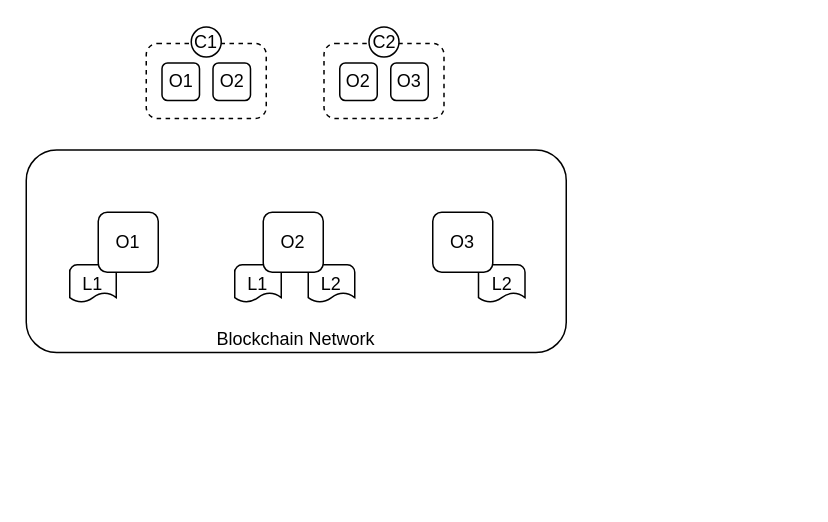
guanpengchn/draw.io keeps this draw.io diagram as page "4.3" (3 of 8) of graduation/第四章.drawio. Above is the earlier version. Source tidied: cells renumbered, new cells numbered last; positions are measured from the earlier drawing's top-left corner, leaving out a move shared by most shapes. Both pictures are drawn from the tidied source at 150%, with x=0, y=0 at pixel (26, 26).
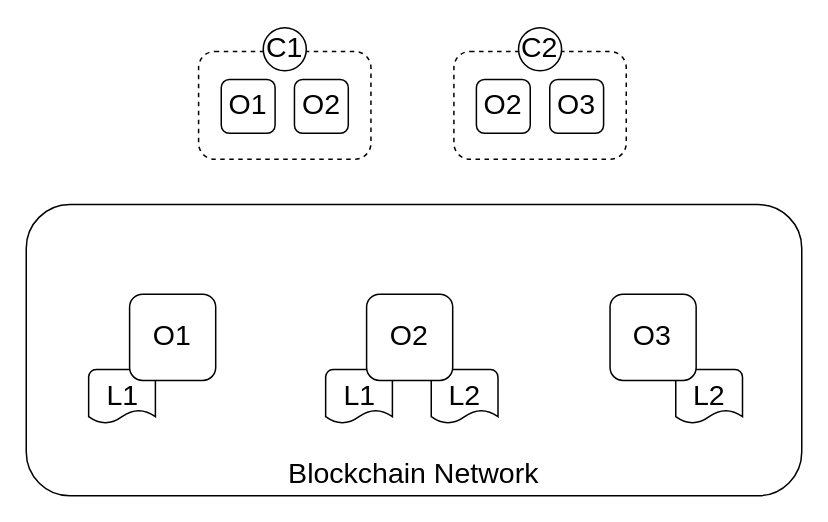
After the change.

The edit, as a diff of the source:
```diff
@@
 <mxGraphModel>
   <root>
     <mxCell id="0" />
     <mxCell id="1" parent="0" />
+    <mxCell id="18" style="group;fontSize=19;" parent="1" vertex="1">
+      <mxGeometry y="1" width="517" height="312" as="geometry" />
+    </mxCell>
-    <mxCell id="2" value="&lt;div style=&quot;text-align: right&quot;&gt;&lt;span&gt;Blockchain Network&lt;/span&gt;&lt;/div&gt;" style="rounded=1;whiteSpace=wrap;html=1;fillColor=none;align=center;verticalAlign=bottom;labelPosition=center;verticalLabelPosition=middle;" parent="1" vertex="1">
-      <mxGeometry y="82.5" width="360" height="135" as="geometry" />
+    <mxCell id="2" value="&lt;div style=&quot;text-align: right; font-size: 19px;&quot;&gt;&lt;span style=&quot;font-size: 19px;&quot;&gt;Blockchain Network&lt;/span&gt;&lt;/div&gt;" style="rounded=1;whiteSpace=wrap;html=1;fillColor=none;align=center;verticalAlign=bottom;labelPosition=center;verticalLabelPosition=middle;fontSize=19;" parent="18" vertex="1">
+      <mxGeometry y="117.9" width="517" height="194.1" as="geometry" />
     </mxCell>
-    <mxCell id="3" value="L1" style="strokeWidth=1;html=1;shape=mxgraph.flowchart.document2;whiteSpace=wrap;size=0.25;rounded=1;glass=0;comic=0;fillColor=none;shadow=0;" parent="1" vertex="1">
-      <mxGeometry x="29" y="159" width="31" height="25" as="geometry" />
+    <mxCell id="3" value="L1" style="strokeWidth=1;html=1;shape=mxgraph.flowchart.document2;whiteSpace=wrap;size=0.25;rounded=1;glass=0;comic=0;fillColor=none;shadow=0;fontSize=19;" parent="18" vertex="1">
+      <mxGeometry x="41.6" y="227.9" width="44.5" height="35.9" as="geometry" />
     </mxCell>
-    <mxCell id="4" style="rounded=1;whiteSpace=wrap;html=1;dashed=1;" parent="1" vertex="1">
-      <mxGeometry x="80" y="11.5" width="80" height="50" as="geometry" />
+    <mxCell id="4" style="rounded=1;whiteSpace=wrap;html=1;dashed=1;fontSize=19;" parent="18" vertex="1">
+      <mxGeometry x="114.9" y="15.8" width="114.9" height="71.9" as="geometry" />
     </mxCell>
-    <mxCell id="5" value="L1" style="strokeWidth=1;html=1;shape=mxgraph.flowchart.document2;whiteSpace=wrap;size=0.25;rounded=1;glass=0;comic=0;fillColor=none;shadow=0;" parent="1" vertex="1">
-      <mxGeometry x="139" y="159" width="31" height="25" as="geometry" />
+    <mxCell id="5" value="L1" style="strokeWidth=1;html=1;shape=mxgraph.flowchart.document2;whiteSpace=wrap;size=0.25;rounded=1;glass=0;comic=0;fillColor=none;shadow=0;fontSize=19;" parent="18" vertex="1">
+      <mxGeometry x="199.6" y="227.9" width="44.5" height="35.9" as="geometry" />
     </mxCell>
-    <mxCell id="6" value="L2" style="strokeWidth=1;html=1;shape=mxgraph.flowchart.document2;whiteSpace=wrap;size=0.25;rounded=1;glass=0;comic=0;fillColor=none;shadow=0;" parent="1" vertex="1">
-      <mxGeometry x="188" y="159" width="31" height="25" as="geometry" />
+    <mxCell id="6" value="L2" style="strokeWidth=1;html=1;shape=mxgraph.flowchart.document2;whiteSpace=wrap;size=0.25;rounded=1;glass=0;comic=0;fillColor=none;shadow=0;fontSize=19;" parent="18" vertex="1">
+      <mxGeometry x="270" y="227.9" width="44.5" height="35.9" as="geometry" />
     </mxCell>
-    <mxCell id="7" value="L2" style="strokeWidth=1;html=1;shape=mxgraph.flowchart.document2;whiteSpace=wrap;size=0.25;rounded=1;glass=0;comic=0;fillColor=none;shadow=0;" parent="1" vertex="1">
-      <mxGeometry x="301.5" y="159" width="31" height="25" as="geometry" />
+    <mxCell id="7" value="L2" style="strokeWidth=1;html=1;shape=mxgraph.flowchart.document2;whiteSpace=wrap;size=0.25;rounded=1;glass=0;comic=0;fillColor=none;shadow=0;fontSize=19;" parent="18" vertex="1">
+      <mxGeometry x="433" y="227.9" width="44.5" height="35.9" as="geometry" />
     </mxCell>
-    <mxCell id="8" value="O1" style="rounded=1;whiteSpace=wrap;html=1;" parent="1" vertex="1">
-      <mxGeometry x="90.5" y="24.5" width="25" height="25" as="geometry" />
+    <mxCell id="8" value="O1" style="rounded=1;whiteSpace=wrap;html=1;fontSize=19;" parent="18" vertex="1">
+      <mxGeometry x="130" y="34.5" width="35.9" height="35.9" as="geometry" />
     </mxCell>
-    <mxCell id="9" value="O2&lt;br&gt;" style="rounded=1;whiteSpace=wrap;html=1;" parent="1" vertex="1">
-      <mxGeometry x="124.5" y="24.5" width="25" height="25" as="geometry" />
+    <mxCell id="9" value="O2&lt;br style=&quot;font-size: 19px;&quot;&gt;" style="rounded=1;whiteSpace=wrap;html=1;fontSize=19;" parent="18" vertex="1">
+      <mxGeometry x="178.8" y="34.5" width="35.9" height="35.9" as="geometry" />
     </mxCell>
-    <mxCell id="10" value="C1" style="ellipse;whiteSpace=wrap;html=1;rounded=0;shadow=0;glass=0;comic=0;strokeWidth=1;fillColor=#ffffff;" parent="1" vertex="1">
-      <mxGeometry x="110" y="0.5" width="20" height="20" as="geometry" />
+    <mxCell id="10" value="C1" style="ellipse;whiteSpace=wrap;html=1;rounded=0;shadow=0;glass=0;comic=0;strokeWidth=1;fillColor=#ffffff;fontSize=19;" parent="18" vertex="1">
+      <mxGeometry x="158" width="28.7" height="28.7" as="geometry" />
     </mxCell>
-    <mxCell id="11" style="rounded=1;whiteSpace=wrap;html=1;dashed=1;" parent="1" vertex="1">
-      <mxGeometry x="198.5" y="11.5" width="80" height="50" as="geometry" />
+    <mxCell id="11" style="rounded=1;whiteSpace=wrap;html=1;dashed=1;fontSize=19;" parent="18" vertex="1">
+      <mxGeometry x="285.1" y="15.8" width="114.9" height="71.9" as="geometry" />
     </mxCell>
-    <mxCell id="12" value="O2" style="rounded=1;whiteSpace=wrap;html=1;" parent="1" vertex="1">
-      <mxGeometry x="209" y="24.5" width="25" height="25" as="geometry" />
+    <mxCell id="12" value="O2" style="rounded=1;whiteSpace=wrap;html=1;fontSize=19;" parent="18" vertex="1">
+      <mxGeometry x="300.1" y="34.5" width="35.9" height="35.9" as="geometry" />
     </mxCell>
-    <mxCell id="13" value="O3&lt;br&gt;" style="rounded=1;whiteSpace=wrap;html=1;" parent="1" vertex="1">
-      <mxGeometry x="243" y="24.5" width="25" height="25" as="geometry" />
+    <mxCell id="13" value="O3&lt;br style=&quot;font-size: 19px;&quot;&gt;" style="rounded=1;whiteSpace=wrap;html=1;fontSize=19;" parent="18" vertex="1">
+      <mxGeometry x="349" y="34.5" width="35.9" height="35.9" as="geometry" />
     </mxCell>
-    <mxCell id="14" value="C2" style="ellipse;whiteSpace=wrap;html=1;rounded=0;shadow=0;glass=0;comic=0;strokeWidth=1;fillColor=#ffffff;" parent="1" vertex="1">
-      <mxGeometry x="228.5" y="0.5" width="20" height="20" as="geometry" />
+    <mxCell id="14" value="C2" style="ellipse;whiteSpace=wrap;html=1;rounded=0;shadow=0;glass=0;comic=0;strokeWidth=1;fillColor=#ffffff;fontSize=19;" parent="18" vertex="1">
+      <mxGeometry x="328.2" width="28.7" height="28.7" as="geometry" />
     </mxCell>
-    <mxCell id="15" value="O1" style="rounded=1;whiteSpace=wrap;html=1;" parent="1" vertex="1">
-      <mxGeometry x="48" y="124" width="40" height="40" as="geometry" />
+    <mxCell id="15" value="O1" style="rounded=1;whiteSpace=wrap;html=1;fontSize=19;" parent="18" vertex="1">
+      <mxGeometry x="68.9" y="177.6" width="57.4" height="57.5" as="geometry" />
     </mxCell>
-    <mxCell id="16" value="O3" style="rounded=1;whiteSpace=wrap;html=1;glass=0;comic=0;" parent="1" vertex="1">
-      <mxGeometry x="271" y="124" width="40" height="40" as="geometry" />
+    <mxCell id="16" value="O3" style="rounded=1;whiteSpace=wrap;html=1;glass=0;comic=0;fontSize=19;" parent="18" vertex="1">
+      <mxGeometry x="389.2" y="177.6" width="57.4" height="57.5" as="geometry" />
     </mxCell>
-    <mxCell id="17" value="O2&lt;br&gt;" style="rounded=1;whiteSpace=wrap;html=1;" parent="1" vertex="1">
-      <mxGeometry x="158" y="124" width="40" height="40" as="geometry" />
+    <mxCell id="17" value="O2&lt;br style=&quot;font-size: 19px;&quot;&gt;" style="rounded=1;whiteSpace=wrap;html=1;fontSize=19;" parent="18" vertex="1">
+      <mxGeometry x="226.9" y="177.6" width="57.4" height="57.5" as="geometry" />
     </mxCell>
   </root>
 </mxGraphModel>
```
